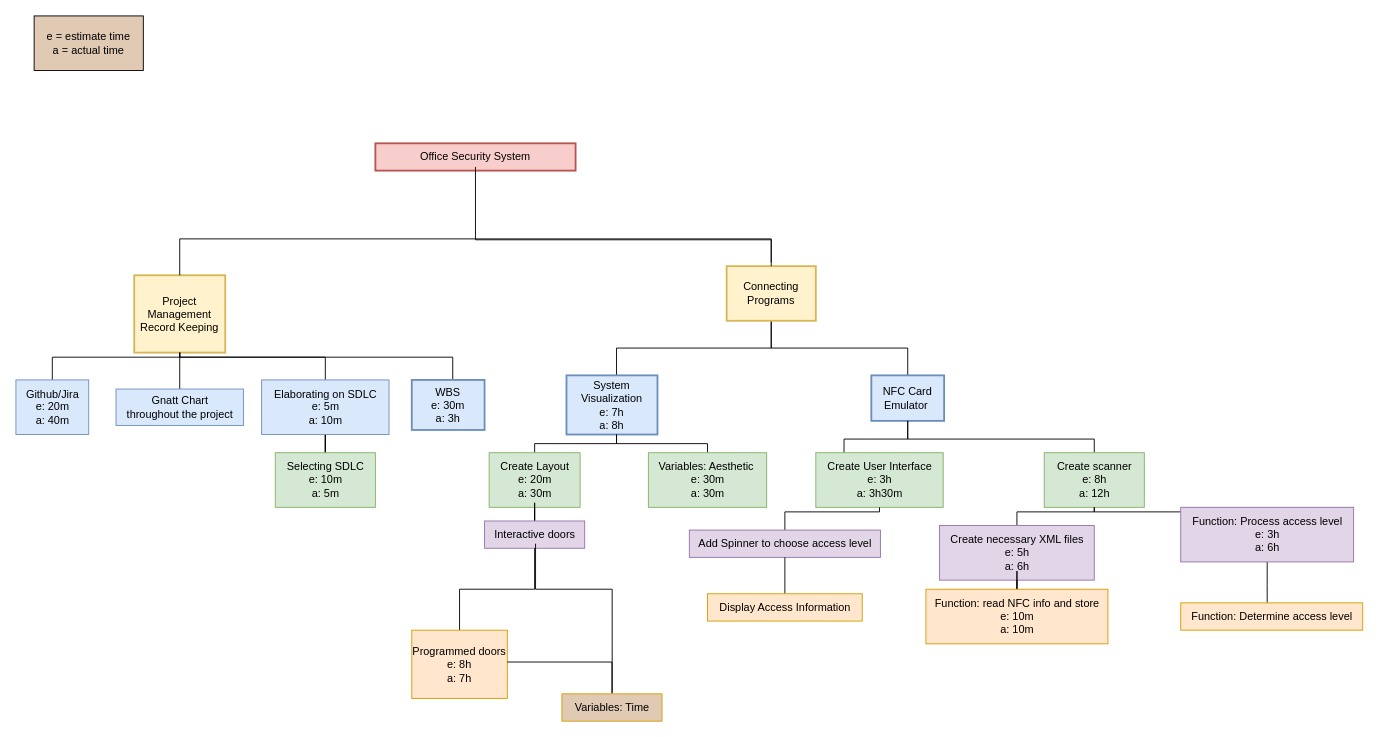
kitkat6410/COSC-310-Project-Personal keeps this draw.io diagram as WBS wip.drawio. Above is the earlier version. Source tidied: cells renumbered, new cells numbered last; positions are measured from the earlier drawing's top-left corner, leaving out a move shared by most shapes. Both pictures are drawn from the tidied source at 91%, with x=0, y=0 at pixel (15, 15).
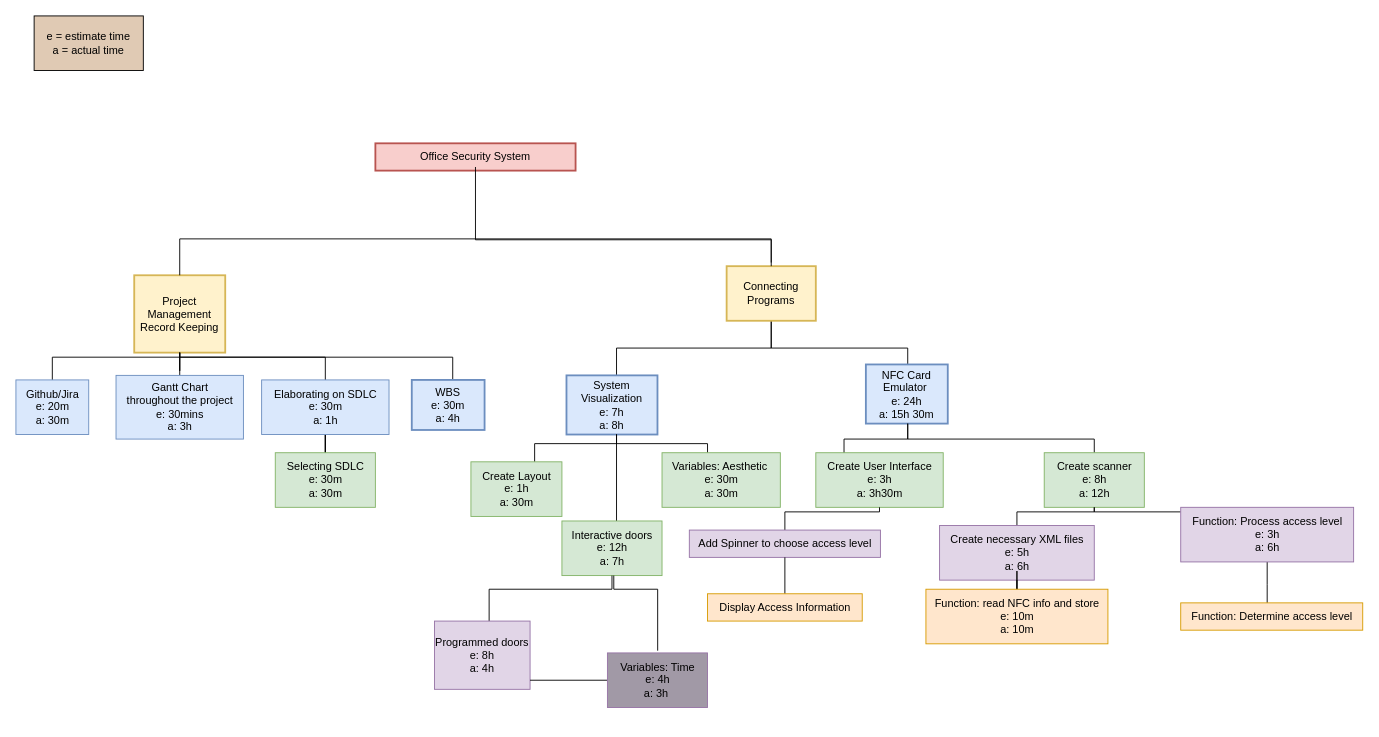
The same page after the edit.

Change to the diagram source:
```diff
@@
-    <mxCell id="7" value="NFC Card Emulator&amp;nbsp;" style="text;html=1;strokeColor=#6c8ebf;fillColor=#dae8fc;align=center;verticalAlign=middle;whiteSpace=wrap;rounded=0;strokeWidth=2;" parent="1" vertex="1">
-      <mxGeometry x="940" y="395" width="80" height="50" as="geometry" />
+    <mxCell id="7" value="NFC Card Emulator&amp;nbsp;&lt;br&gt;e: 24h&lt;br&gt;a: 15h 30m" style="text;html=1;strokeColor=#6c8ebf;fillColor=#dae8fc;align=center;verticalAlign=middle;whiteSpace=wrap;rounded=0;strokeWidth=2;" parent="1" vertex="1">
+      <mxGeometry x="934" y="383" width="90" height="65" as="geometry" />
     </mxCell>
@@
-    <mxCell id="9" value="Gnatt Chart&lt;br&gt;throughout the project" style="text;html=1;align=center;verticalAlign=middle;points=[];strokeColor=#6c8ebf;fillColor=#dae8fc;" parent="1" vertex="1">
-      <mxGeometry x="110" y="410" width="140" height="40" as="geometry" />
+    <mxCell id="9" value="Gantt Chart&lt;br&gt;throughout the project&lt;br&gt;e: 30mins&lt;br&gt;a: 3h" style="text;html=1;align=center;verticalAlign=middle;points=[];strokeColor=#6c8ebf;fillColor=#dae8fc;" parent="1" vertex="1">
+      <mxGeometry x="110" y="395" width="140" height="70" as="geometry" />
     </mxCell>
@@
-    <mxCell id="11" value="Selecting SDLC&lt;br&gt;e: 10m&lt;br&gt;a: 5m" style="text;html=1;align=center;verticalAlign=middle;points=[];strokeColor=#82b366;fillColor=#d5e8d4;" parent="1" vertex="1">
+    <mxCell id="11" value="Selecting SDLC&lt;br&gt;e: 30m&lt;br&gt;a: 30m" style="text;html=1;align=center;verticalAlign=middle;points=[];strokeColor=#82b366;fillColor=#d5e8d4;" parent="1" vertex="1">
       <mxGeometry x="285" y="480" width="110" height="60" as="geometry" />
     </mxCell>
@@
-    <mxCell id="13" value="Github/Jira&lt;br&gt;e: 20m&lt;br&gt;a: 40m" style="text;html=1;align=center;verticalAlign=middle;points=[];strokeColor=#6c8ebf;fillColor=#dae8fc;" parent="1" vertex="1">
+    <mxCell id="13" value="Github/Jira&lt;br&gt;e: 20m&lt;br&gt;a: 30m" style="text;html=1;align=center;verticalAlign=middle;points=[];strokeColor=#6c8ebf;fillColor=#dae8fc;" parent="1" vertex="1">
       <mxGeometry y="400" width="80" height="60" as="geometry" />
     </mxCell>
@@
-    <mxCell id="15" value="Create Layout&lt;br&gt;e: 20m&lt;br&gt;a: 30m" style="text;html=1;align=center;verticalAlign=middle;points=[];strokeColor=#82b366;fillColor=#d5e8d4;" parent="1" vertex="1">
-      <mxGeometry x="520" y="480" width="100" height="60" as="geometry" />
+    <mxCell id="15" value="Create Layout&lt;br&gt;e: 1h&lt;br&gt;a: 30m" style="text;html=1;align=center;verticalAlign=middle;points=[];strokeColor=#82b366;fillColor=#d5e8d4;" parent="1" vertex="1">
+      <mxGeometry x="500" y="490" width="100" height="60" as="geometry" />
     </mxCell>
-    <mxCell id="16" style="edgeStyle=orthogonalEdgeStyle;rounded=0;jettySize=auto;html=1;endArrow=none;endFill=0;" parent="1" edge="1" source="17" target="15">
-      <mxGeometry relative="1" as="geometry" />
-    </mxCell>
+    <mxCell id="49" style="edgeStyle=orthogonalEdgeStyle;rounded=0;orthogonalLoop=1;jettySize=auto;html=1;endArrow=none;endFill=0;" parent="1" edge="1">
+      <mxGeometry relative="1" as="geometry">
+        <mxPoint x="660" y="555" as="sourcePoint" />
+        <mxPoint x="660" y="460" as="targetPoint" />
+      </mxGeometry>
+    </mxCell>
-    <mxCell id="17" value="Interactive doors&lt;br&gt;" style="text;html=1;align=center;verticalAlign=middle;points=[];strokeColor=#9673a6;fillColor=#e1d5e7;" parent="1" vertex="1">
-      <mxGeometry x="515" y="555" width="110" height="30" as="geometry" />
+    <mxCell id="17" value="Interactive doors&lt;br&gt;e: 12h&lt;br&gt;a: 7h" style="text;html=1;align=center;verticalAlign=middle;points=[];strokeColor=#82b366;fillColor=#d5e8d4;" parent="1" vertex="1">
+      <mxGeometry x="600" y="555" width="110" height="60" as="geometry" />
     </mxCell>
@@
-    <mxCell id="26" value="Elaborating on SDLC&lt;br&gt;e: 5m&lt;br&gt;a: 10m" style="text;html=1;align=center;verticalAlign=middle;points=[];strokeColor=#6c8ebf;fillColor=#dae8fc;" parent="1" vertex="1">
+    <mxCell id="26" value="Elaborating on SDLC&lt;br&gt;e: 30m&lt;br&gt;a: 1h" style="text;html=1;align=center;verticalAlign=middle;points=[];strokeColor=#6c8ebf;fillColor=#dae8fc;" parent="1" vertex="1">
       <mxGeometry x="270" y="400" width="140" height="60" as="geometry" />
     </mxCell>
@@
-    <mxCell id="28" value="WBS&lt;br&gt;e: 30m&lt;br&gt;a: 3h" style="text;html=1;strokeColor=#6c8ebf;fillColor=#dae8fc;align=center;verticalAlign=middle;whiteSpace=wrap;rounded=0;strokeWidth=2;" parent="1" vertex="1">
+    <mxCell id="28" value="WBS&lt;br&gt;e: 30m&lt;br&gt;a: 4h" style="text;html=1;strokeColor=#6c8ebf;fillColor=#dae8fc;align=center;verticalAlign=middle;whiteSpace=wrap;rounded=0;strokeWidth=2;" parent="1" vertex="1">
       <mxGeometry x="435" y="400" width="80" height="55" as="geometry" />
     </mxCell>
-    <mxCell id="29" style="edgeStyle=orthogonalEdgeStyle;rounded=0;jettySize=auto;html=1;endArrow=none;endFill=0;" parent="1" edge="1" source="30" target="17">
-      <mxGeometry relative="1" as="geometry" />
-    </mxCell>
+    <mxCell id="50" style="edgeStyle=orthogonalEdgeStyle;rounded=0;jettySize=auto;html=1;endArrow=none;endFill=0;" parent="1" edge="1" target="17">
+      <mxGeometry relative="1" as="geometry">
+        <mxPoint x="520" y="666" as="sourcePoint" />
+        <Array as="points">
+          <mxPoint x="520" y="630" />
+          <mxPoint x="655" y="630" />
+        </Array>
+      </mxGeometry>
+    </mxCell>
-    <mxCell id="30" value="Programmed doors&lt;br&gt;e: 8h&lt;br&gt;a: 7h" style="text;html=1;strokeColor=#d79b00;fillColor=#ffe6cc;align=center;verticalAlign=middle;whiteSpace=wrap;rounded=0;strokeWidth=1;" parent="1" vertex="1">
-      <mxGeometry x="435" y="675" width="105" height="75" as="geometry" />
+    <mxCell id="30" value="Programmed doors&lt;br&gt;e: 8h&lt;br&gt;a: 4h" style="text;html=1;strokeColor=#9673a6;fillColor=#e1d5e7;align=center;verticalAlign=middle;whiteSpace=wrap;rounded=0;strokeWidth=1;" parent="1" vertex="1">
+      <mxGeometry x="460" y="665" width="105" height="75" as="geometry" />
     </mxCell>
@@
     <mxCell id="32" value="Variables: Aesthetic&amp;nbsp;&lt;br&gt;e: 30m&lt;br&gt;a: 30m" style="text;html=1;align=center;verticalAlign=middle;points=[];strokeColor=#82b366;fillColor=#d5e8d4;" parent="1" vertex="1">
-      <mxGeometry x="695" y="480" width="130" height="60" as="geometry" />
+      <mxGeometry x="710" y="480" width="130" height="60" as="geometry" />
     </mxCell>
-    <mxCell id="33" style="edgeStyle=orthogonalEdgeStyle;rounded=0;jettySize=auto;html=1;endArrow=none;endFill=0;exitX=0.502;exitY=-0.041;exitDx=0;exitDy=0;exitPerimeter=0;" parent="1" edge="1" source="35">
+    <mxCell id="33" style="edgeStyle=orthogonalEdgeStyle;rounded=0;jettySize=auto;html=1;endArrow=none;endFill=0;exitX=0.502;exitY=-0.041;exitDx=0;exitDy=0;exitPerimeter=0;" parent="1" edge="1" source="35" target="17">
       <mxGeometry relative="1" as="geometry">
-        <mxPoint x="571" y="580" as="targetPoint" />
         <Array as="points">
-          <mxPoint x="655" y="630" />
-          <mxPoint x="571" y="630" />
+          <mxPoint x="705" y="630" />
+          <mxPoint x="657" y="630" />
         </Array>
       </mxGeometry>
     </mxCell>
     <mxCell id="34" style="edgeStyle=orthogonalEdgeStyle;rounded=0;jettySize=auto;html=1;endArrow=none;endFill=0;" parent="1" edge="1" source="35" target="30">
       <mxGeometry relative="1" as="geometry">
         <Array as="points">
-          <mxPoint x="655" y="710" />
+          <mxPoint x="680" y="720" />
+          <mxPoint x="680" y="720" />
         </Array>
       </mxGeometry>
     </mxCell>
-    <mxCell id="35" value="Variables: Time" style="text;html=1;align=center;verticalAlign=middle;points=[];strokeColor=#d79b00;fillColor=#E0CAB4;" parent="1" vertex="1">
-      <mxGeometry x="600" y="745" width="110" height="30" as="geometry" />
+    <mxCell id="35" value="Variables: Time&lt;br&gt;e: 4h&lt;br&gt;a: 3h&amp;nbsp;" style="text;html=1;align=center;verticalAlign=middle;points=[];strokeColor=#9673a6;fillColor=#A199A6;" parent="1" vertex="1">
+      <mxGeometry x="650" y="700" width="110" height="60" as="geometry" />
     </mxCell>
```
